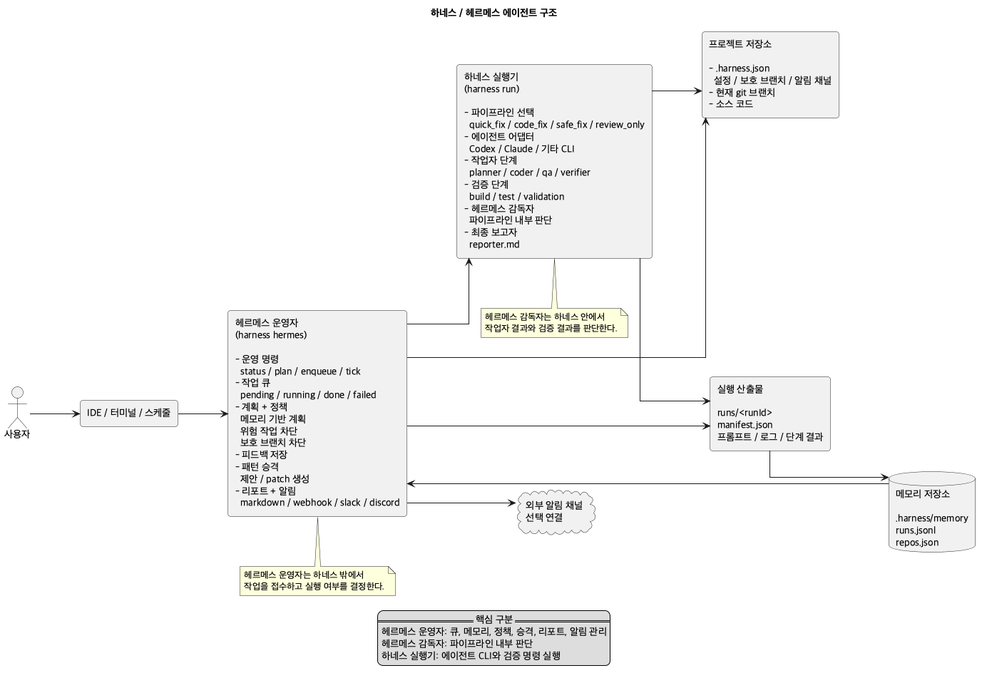
Above: docs/diagrams/hermes_harness_architecture.png in dev-garam/multi-agent-harness (PlantUML), before the change. Its diagram source:
```plantuml
@startuml hermes_harness_architecture
title 하네스 / 헤르메스 에이전트 구조

left to right direction
skinparam shadowing false
skinparam componentStyle rectangle
skinparam packageStyle rectangle
skinparam linetype ortho
skinparam defaultFontName "Apple SD Gothic Neo"
skinparam rectangle {
  RoundCorner 8
}
skinparam nodesep 70
skinparam ranksep 70

actor "사용자" as user
rectangle "IDE / 터미널 / 스케줄" as input

rectangle "헤르메스 운영자\n(harness hermes)\n\n- 운영 명령\n  status / plan / enqueue / tick\n- 작업 큐\n  pending / running / done / failed\n- 계획 + 정책\n  메모리 기반 계획\n  위험 작업 차단\n  보호 브랜치 차단\n- 피드백 저장\n- 패턴 승격\n  제안 / patch 생성\n- 리포트 + 알림\n  markdown / webhook / slack / discord" as hermes

rectangle "하네스 실행기\n(harness run)\n\n- 파이프라인 선택\n  quick_fix / code_fix / safe_fix / review_only\n- 에이전트 어댑터\n  Codex / Claude / 기타 CLI\n- 작업자 단계\n  planner / coder / qa / verifier\n- 검증 단계\n  build / test / validation\n- 헤르메스 감독자\n  파이프라인 내부 판단\n- 최종 보고자\n  reporter.md" as runtime

rectangle "프로젝트 저장소\n\n- .harness.json\n  설정 / 보호 브랜치 / 알림 채널\n- 현재 git 브랜치\n- 소스 코드" as project

database "메모리 저장소\n\n.harness/memory\nruns.jsonl\nrepos.json" as memory

rectangle "실행 산출물\n\nruns/<runId>\nmanifest.json\n프롬프트 / 로그 / 단계 결과" as artifacts

cloud "외부 알림 채널\n선택 연결" as external

user --> input
input --> hermes

hermes --> runtime
runtime --> project
runtime --> artifacts
artifacts --> memory
memory --> hermes

hermes --> project
hermes --> artifacts
hermes --> external

note bottom of hermes
헤르메스 운영자는 하네스 밖에서
작업을 접수하고 실행 여부를 결정한다.
end note

note bottom of runtime
헤르메스 감독자는 하네스 안에서
작업자 결과와 검증 결과를 판단한다.
end note

legend bottom
  == 핵심 구분 ==
  헤르메스 운영자: 큐, 메모리, 정책, 승격, 리포트, 알림 관리
  헤르메스 감독자: 파이프라인 내부 판단
  하네스 실행기: 에이전트 CLI와 검증 명령 실행
endlegend

@enduml
```
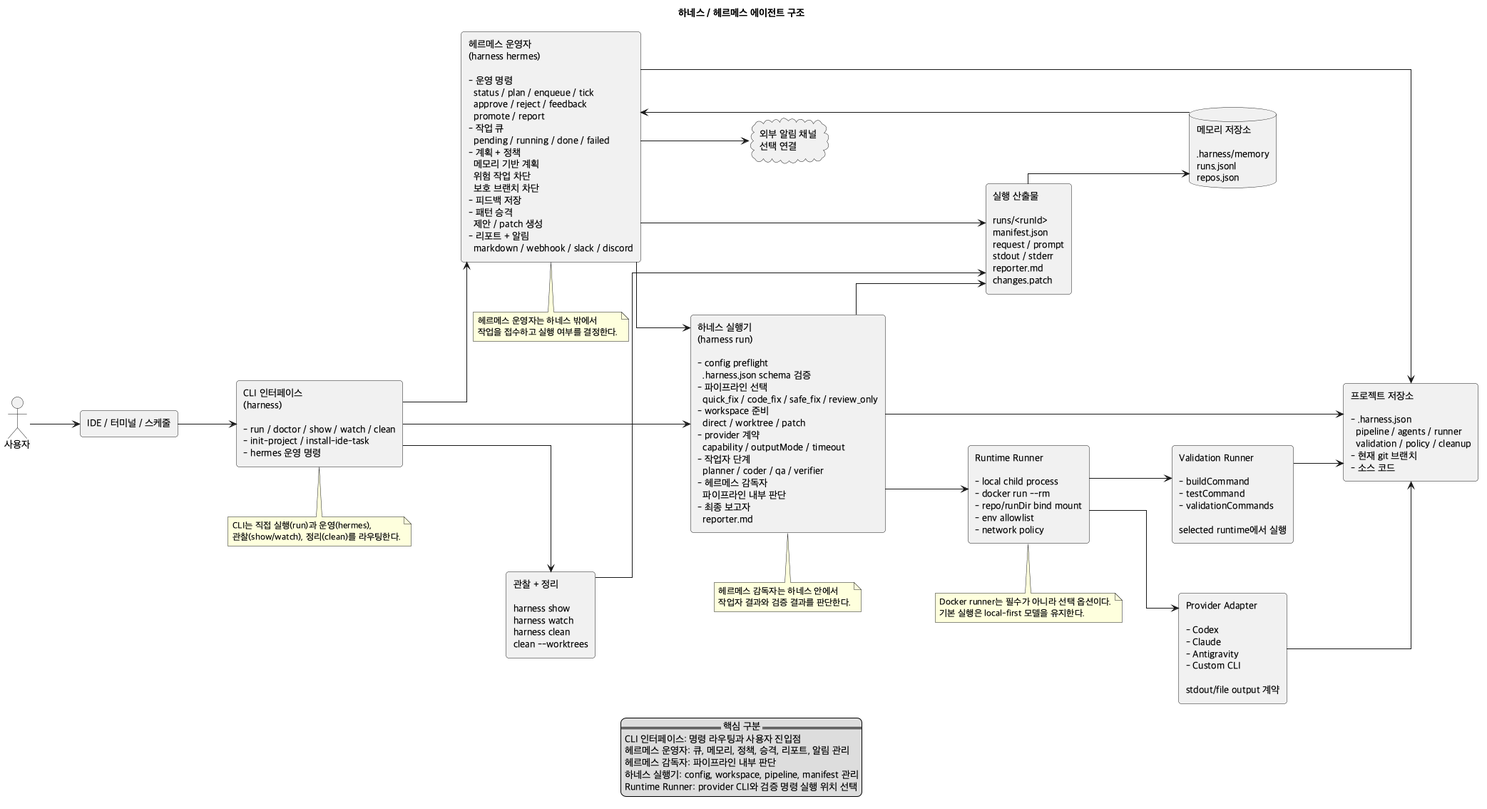
The same diagram one commit later.

Commit message:
Update harness architecture diagram

The edit, as a diff of the source:
```diff
@@ -16,30 +16,54 @@
 actor "사용자" as user
 rectangle "IDE / 터미널 / 스케줄" as input
 
-rectangle "헤르메스 운영자\n(harness hermes)\n\n- 운영 명령\n  status / plan / enqueue / tick\n- 작업 큐\n  pending / running / done / failed\n- 계획 + 정책\n  메모리 기반 계획\n  위험 작업 차단\n  보호 브랜치 차단\n- 피드백 저장\n- 패턴 승격\n  제안 / patch 생성\n- 리포트 + 알림\n  markdown / webhook / slack / discord" as hermes
+rectangle "CLI 인터페이스\n(harness)\n\n- run / doctor / show / watch / clean\n- init-project / install-ide-task\n- hermes 운영 명령" as cli
 
-rectangle "하네스 실행기\n(harness run)\n\n- 파이프라인 선택\n  quick_fix / code_fix / safe_fix / review_only\n- 에이전트 어댑터\n  Codex / Claude / 기타 CLI\n- 작업자 단계\n  planner / coder / qa / verifier\n- 검증 단계\n  build / test / validation\n- 헤르메스 감독자\n  파이프라인 내부 판단\n- 최종 보고자\n  reporter.md" as runtime
+rectangle "헤르메스 운영자\n(harness hermes)\n\n- 운영 명령\n  status / plan / enqueue / tick\n  approve / reject / feedback\n  promote / report\n- 작업 큐\n  pending / running / done / failed\n- 계획 + 정책\n  메모리 기반 계획\n  위험 작업 차단\n  보호 브랜치 차단\n- 피드백 저장\n- 패턴 승격\n  제안 / patch 생성\n- 리포트 + 알림\n  markdown / webhook / slack / discord" as hermes
 
-rectangle "프로젝트 저장소\n\n- .harness.json\n  설정 / 보호 브랜치 / 알림 채널\n- 현재 git 브랜치\n- 소스 코드" as project
+rectangle "하네스 실행기\n(harness run)\n\n- config preflight\n  .harness.json schema 검증\n- 파이프라인 선택\n  quick_fix / code_fix / safe_fix / review_only\n- workspace 준비\n  direct / worktree / patch\n- provider 계약\n  capability / outputMode / timeout\n- 작업자 단계\n  planner / coder / qa / verifier\n- 헤르메스 감독자\n  파이프라인 내부 판단\n- 최종 보고자\n  reporter.md" as runtime
+
+rectangle "Runtime Runner\n\n- local child process\n- docker run --rm\n- repo/runDir bind mount\n- env allowlist\n- network policy" as runner
+
+rectangle "Provider Adapter\n\n- Codex\n- Claude\n- Antigravity\n- Custom CLI\n\nstdout/file output 계약" as provider
+
+rectangle "Validation Runner\n\n- buildCommand\n- testCommand\n- validationCommands\n\nselected runtime에서 실행" as validation
+
+rectangle "프로젝트 저장소\n\n- .harness.json\n  pipeline / agents / runner\n  validation / policy / cleanup\n- 현재 git 브랜치\n- 소스 코드" as project
 
 database "메모리 저장소\n\n.harness/memory\nruns.jsonl\nrepos.json" as memory
 
-rectangle "실행 산출물\n\nruns/<runId>\nmanifest.json\n프롬프트 / 로그 / 단계 결과" as artifacts
+rectangle "실행 산출물\n\nruns/<runId>\nmanifest.json\nrequest / prompt\nstdout / stderr\nreporter.md\nchanges.patch" as artifacts
+
+rectangle "관찰 + 정리\n\nharness show\nharness watch\nharness clean\nclean --worktrees" as observe
 
 cloud "외부 알림 채널\n선택 연결" as external
 
 user --> input
-input --> hermes
+input --> cli
 
+cli --> runtime
+cli --> hermes
+cli --> observe
 hermes --> runtime
 runtime --> project
+runtime --> runner
 runtime --> artifacts
+runner --> provider
+runner --> validation
+provider --> project
+validation --> project
 artifacts --> memory
 memory --> hermes
+observe --> artifacts
 
 hermes --> project
 hermes --> artifacts
 hermes --> external
+
+note bottom of cli
+CLI는 직접 실행(run)과 운영(hermes),
+관찰(show/watch), 정리(clean)를 라우팅한다.
+end note
 
 note bottom of hermes
 헤르메스 운영자는 하네스 밖에서
@@ -51,11 +75,18 @@
 작업자 결과와 검증 결과를 판단한다.
 end note
 
+note bottom of runner
+Docker runner는 필수가 아니라 선택 옵션이다.
+기본 실행은 local-first 모델을 유지한다.
+end note
+
 legend bottom
   == 핵심 구분 ==
+  CLI 인터페이스: 명령 라우팅과 사용자 진입점
   헤르메스 운영자: 큐, 메모리, 정책, 승격, 리포트, 알림 관리
   헤르메스 감독자: 파이프라인 내부 판단
-  하네스 실행기: 에이전트 CLI와 검증 명령 실행
+  하네스 실행기: config, workspace, pipeline, manifest 관리
+  Runtime Runner: provider CLI와 검증 명령 실행 위치 선택
 endlegend
 
 @enduml
```
